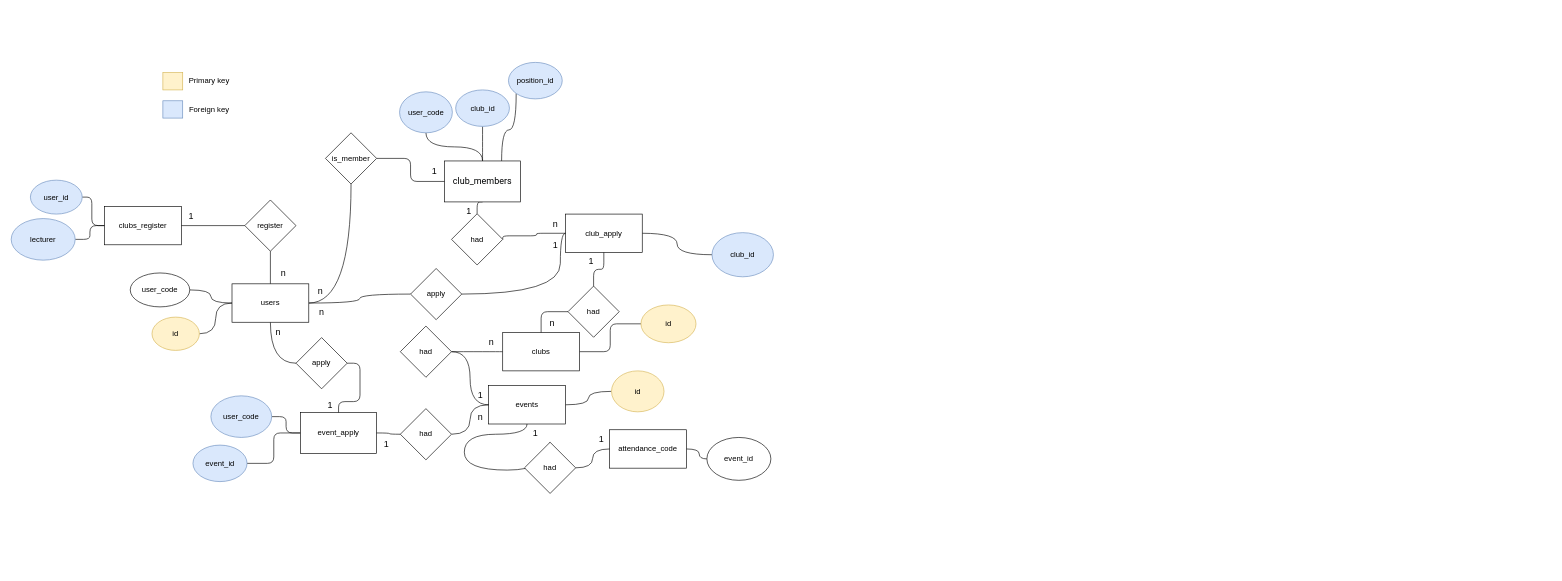
Earlier version of the draw.io diagram page "Trang-26" (26 of 26) of Diagram.drawio (DnhTrn/finall_project). Source tidied: cells renumbered, new cells numbered last; positions are measured from the earlier drawing's top-left corner, leaving out a move shared by most shapes. Both pictures are drawn from the tidied source at 64%, with x=0, y=0 at pixel (11, 62).
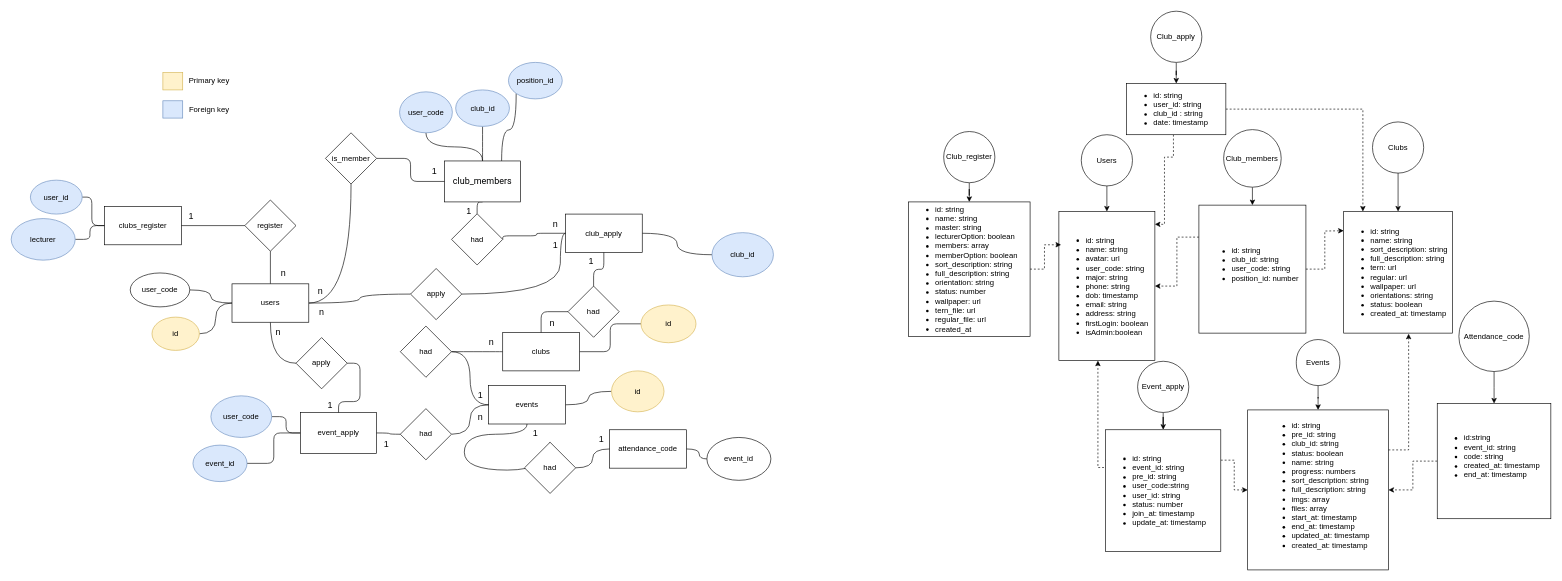
After the change.

Commit message:
Cập nhật Diagram.drawio

The edit, as a diff of the source:
```diff
@@
+    <mxCell id="86" style="edgeStyle=orthogonalEdgeStyle;rounded=0;jettySize=auto;html=1;" parent="1" edge="1" source="87" target="107">
+      <mxGeometry relative="1" as="geometry" />
+    </mxCell>
+    <mxCell id="87" value="Club_register" style="rounded=1;whiteSpace=wrap;html=1;arcSize=50;" parent="1" vertex="1">
+      <mxGeometry x="1457" y="108" width="80" height="80" as="geometry" />
+    </mxCell>
+    <mxCell id="88" style="edgeStyle=orthogonalEdgeStyle;rounded=0;jettySize=auto;html=1;" parent="1" edge="1" source="89" target="111">
+      <mxGeometry relative="1" as="geometry" />
+    </mxCell>
+    <mxCell id="89" value="Club_apply" style="rounded=1;whiteSpace=wrap;html=1;arcSize=50;" parent="1" vertex="1">
+      <mxGeometry x="1780.4" y="-80" width="80" height="80" as="geometry" />
+    </mxCell>
+    <mxCell id="90" style="edgeStyle=orthogonalEdgeStyle;rounded=0;jettySize=auto;html=1;" parent="1" edge="1" source="91" target="112">
+      <mxGeometry relative="1" as="geometry" />
+    </mxCell>
+    <mxCell id="91" value="Events" style="rounded=1;whiteSpace=wrap;html=1;arcSize=50;" parent="1" vertex="1">
+      <mxGeometry x="2008" y="433" width="68" height="72" as="geometry" />
+    </mxCell>
+    <mxCell id="92" style="edgeStyle=orthogonalEdgeStyle;rounded=0;jettySize=auto;html=1;" parent="1" edge="1" source="93" target="115">
+      <mxGeometry relative="1" as="geometry" />
+    </mxCell>
+    <mxCell id="93" value="Event_apply" style="rounded=1;whiteSpace=wrap;html=1;arcSize=50;" parent="1" vertex="1">
+      <mxGeometry x="1760" y="467" width="80" height="80" as="geometry" />
+    </mxCell>
+    <mxCell id="94" style="edgeStyle=orthogonalEdgeStyle;rounded=0;jettySize=auto;html=1;" parent="1" edge="1" source="95" target="118">
+      <mxGeometry relative="1" as="geometry" />
+    </mxCell>
+    <mxCell id="95" value="Attendance_code" style="rounded=1;whiteSpace=wrap;html=1;arcSize=50;" parent="1" vertex="1">
+      <mxGeometry x="2262" y="373" width="110" height="110" as="geometry" />
+    </mxCell>
+    <mxCell id="96" style="edgeStyle=orthogonalEdgeStyle;rounded=0;jettySize=auto;html=1;" parent="1" edge="1" source="97" target="102">
+      <mxGeometry relative="1" as="geometry" />
+    </mxCell>
+    <mxCell id="97" value="Users" style="rounded=1;whiteSpace=wrap;html=1;arcSize=50;" parent="1" vertex="1">
+      <mxGeometry x="1672" y="113" width="80" height="80" as="geometry" />
+    </mxCell>
+    <mxCell id="98" style="edgeStyle=orthogonalEdgeStyle;rounded=0;jettySize=auto;html=1;" parent="1" edge="1" source="99" target="103">
+      <mxGeometry relative="1" as="geometry" />
+    </mxCell>
+    <mxCell id="99" value="Clubs" style="rounded=1;whiteSpace=wrap;html=1;arcSize=50;" parent="1" vertex="1">
+      <mxGeometry x="2127" y="93" width="80" height="80" as="geometry" />
+    </mxCell>
+    <mxCell id="100" style="edgeStyle=orthogonalEdgeStyle;rounded=0;jettySize=auto;html=1;" parent="1" edge="1" source="101" target="105">
+      <mxGeometry relative="1" as="geometry" />
+    </mxCell>
+    <mxCell id="101" value="Club_members" style="rounded=1;whiteSpace=wrap;html=1;arcSize=50;" parent="1" vertex="1">
+      <mxGeometry x="1894.4" y="105" width="90" height="90" as="geometry" />
+    </mxCell>
+    <mxCell id="102" value="&lt;ul&gt;&lt;li&gt;id: string&lt;/li&gt;&lt;li&gt;name: string&lt;/li&gt;&lt;li&gt;avatar: url&lt;/li&gt;&lt;li&gt;user_code: string&lt;/li&gt;&lt;li&gt;major: string&lt;/li&gt;&lt;li&gt;phone: string&lt;/li&gt;&lt;li&gt;dob: timestamp&lt;/li&gt;&lt;li&gt;email: string&lt;/li&gt;&lt;li&gt;address: string&lt;/li&gt;&lt;li&gt;firstLogin: boolean&lt;/li&gt;&lt;li&gt;isAdmin:boolean&lt;/li&gt;&lt;/ul&gt;" style="whiteSpace=wrap;html=1;rounded=1;arcSize=0;align=left;" parent="1" vertex="1">
+      <mxGeometry x="1637" y="233" width="150" height="233" as="geometry" />
+    </mxCell>
+    <mxCell id="103" value="&lt;ul&gt;&lt;li&gt;id: string&lt;/li&gt;&lt;li&gt;name: string&lt;/li&gt;&lt;li style=&quot;&quot;&gt;sort_description: string&lt;/li&gt;&lt;li style=&quot;&quot;&gt;full_description: string&lt;/li&gt;&lt;li style=&quot;&quot;&gt;tern: url&lt;/li&gt;&lt;li style=&quot;&quot;&gt;regular: url&lt;/li&gt;&lt;li style=&quot;&quot;&gt;wallpaper: url&lt;/li&gt;&lt;li style=&quot;&quot;&gt;orientations: string&lt;/li&gt;&lt;li style=&quot;&quot;&gt;status: boolean&lt;/li&gt;&lt;li style=&quot;&quot;&gt;created_at: timestamp&lt;/li&gt;&lt;/ul&gt;" style="whiteSpace=wrap;html=1;rounded=1;arcSize=0;align=left;" parent="1" vertex="1">
+      <mxGeometry x="2082" y="233" width="170" height="190" as="geometry" />
+    </mxCell>
+    <mxCell id="104" style="edgeStyle=orthogonalEdgeStyle;rounded=0;jettySize=auto;html=1;exitX=0;exitY=0.25;exitDx=0;exitDy=0;dashed=1;" parent="1" edge="1" source="105" target="102">
+      <mxGeometry relative="1" as="geometry" />
+    </mxCell>
+    <mxCell id="105" value="&lt;div style=&quot;&quot;&gt;&lt;div style=&quot;text-align: left;&quot;&gt;&lt;ul&gt;&lt;li&gt;&lt;span style=&quot;background-color: initial;&quot;&gt;id: string&lt;/span&gt;&lt;/li&gt;&lt;li&gt;&lt;span style=&quot;background-color: initial;&quot;&gt;club_id: string&lt;/span&gt;&lt;/li&gt;&lt;li&gt;&lt;span style=&quot;background-color: initial;&quot;&gt;user_code: string&amp;nbsp;&lt;/span&gt;&lt;/li&gt;&lt;li&gt;&lt;span style=&quot;background-color: initial;&quot;&gt;position_id: number&lt;/span&gt;&lt;/li&gt;&lt;/ul&gt;&lt;/div&gt;&lt;/div&gt;&lt;div&gt;&lt;br&gt;&lt;/div&gt;" style="whiteSpace=wrap;html=1;rounded=1;arcSize=0;" parent="1" vertex="1">
+      <mxGeometry x="1855.8" y="223" width="167.2" height="200" as="geometry" />
+    </mxCell>
+    <mxCell id="106" style="edgeStyle=orthogonalEdgeStyle;rounded=0;jettySize=auto;html=1;dashed=1;" parent="1" edge="1" source="105">
+      <mxGeometry relative="1" as="geometry">
+        <mxPoint x="2082" y="263" as="targetPoint" />
+      </mxGeometry>
+    </mxCell>
+    <mxCell id="107" value="&lt;ul&gt;&lt;li&gt;id: string&amp;nbsp;&lt;/li&gt;&lt;li&gt;name: string&amp;nbsp;&lt;/li&gt;&lt;li&gt;master: string&lt;/li&gt;&lt;li&gt;lecturerOption: boolean&lt;/li&gt;&lt;li&gt;members: array&lt;/li&gt;&lt;li&gt;memberOption: boolean&lt;/li&gt;&lt;li&gt;sort_description: string&lt;/li&gt;&lt;li&gt;full_description: string&lt;/li&gt;&lt;li&gt;&lt;span style=&quot;background-color: initial;&quot;&gt;orientation: string&lt;/span&gt;&lt;/li&gt;&lt;li&gt;&lt;span style=&quot;background-color: initial;&quot;&gt;status: number&lt;/span&gt;&lt;/li&gt;&lt;li&gt;&lt;span style=&quot;background-color: initial;&quot;&gt;wallpaper: url&lt;/span&gt;&lt;/li&gt;&lt;li&gt;&lt;span style=&quot;background-color: initial;&quot;&gt;tern_file: url&lt;/span&gt;&lt;/li&gt;&lt;li&gt;&lt;span style=&quot;background-color: initial;&quot;&gt;regular_file: url&amp;nbsp;&lt;/span&gt;&lt;/li&gt;&lt;li&gt;&lt;span style=&quot;background-color: initial;&quot;&gt;created_at&lt;/span&gt;&lt;/li&gt;&lt;/ul&gt;" style="whiteSpace=wrap;html=1;rounded=1;arcSize=0;align=left;" parent="1" vertex="1">
+      <mxGeometry x="1402" y="218" width="190" height="210" as="geometry" />
+    </mxCell>
+    <mxCell id="108" style="edgeStyle=orthogonalEdgeStyle;rounded=0;jettySize=auto;html=1;entryX=0.023;entryY=0.223;entryDx=0;entryDy=0;entryPerimeter=0;dashed=1;" parent="1" edge="1" source="107" target="102">
+      <mxGeometry relative="1" as="geometry" />
+    </mxCell>
+    <mxCell id="109" style="edgeStyle=orthogonalEdgeStyle;rounded=0;jettySize=auto;html=1;exitX=1;exitY=0.5;exitDx=0;exitDy=0;dashed=1;" parent="1" edge="1" source="111" target="103">
+      <mxGeometry relative="1" as="geometry">
+        <Array as="points">
+          <mxPoint x="2112" y="73" />
+        </Array>
+      </mxGeometry>
+    </mxCell>
+    <mxCell id="110" style="edgeStyle=orthogonalEdgeStyle;rounded=0;jettySize=auto;html=1;dashed=1;" parent="1" edge="1" source="111" target="102">
+      <mxGeometry relative="1" as="geometry">
+        <Array as="points">
+          <mxPoint x="1816" y="148" />
+          <mxPoint x="1802" y="148" />
+          <mxPoint x="1802" y="253" />
+        </Array>
+      </mxGeometry>
+    </mxCell>
+    <mxCell id="111" value="&lt;ul&gt;&lt;li&gt;id: string&lt;/li&gt;&lt;li&gt;user_id: string&lt;/li&gt;&lt;li&gt;club_id : string&lt;/li&gt;&lt;li&gt;date: timestamp&amp;nbsp;&lt;/li&gt;&lt;/ul&gt;" style="whiteSpace=wrap;html=1;rounded=1;arcSize=0;align=left;" parent="1" vertex="1">
+      <mxGeometry x="1742.9" y="33" width="155" height="80" as="geometry" />
+    </mxCell>
+    <mxCell id="112" value="&lt;ul&gt;&lt;li style=&quot;text-align: left;&quot;&gt;id: string&lt;/li&gt;&lt;li style=&quot;text-align: left;&quot;&gt;pre_id: string&lt;/li&gt;&lt;li style=&quot;text-align: left;&quot;&gt;club_id: string&lt;/li&gt;&lt;li style=&quot;text-align: left;&quot;&gt;status: boolean&lt;/li&gt;&lt;li style=&quot;text-align: left;&quot;&gt;name: string&lt;/li&gt;&lt;li style=&quot;text-align: left;&quot;&gt;progress: numbers&amp;nbsp;&lt;/li&gt;&lt;li style=&quot;text-align: left;&quot;&gt;sort_description: string&lt;/li&gt;&lt;li style=&quot;text-align: left;&quot;&gt;full_description: string&lt;/li&gt;&lt;li style=&quot;text-align: left;&quot;&gt;imgs: array&lt;/li&gt;&lt;li style=&quot;text-align: left;&quot;&gt;files: array&lt;/li&gt;&lt;li style=&quot;text-align: left;&quot;&gt;start_at: timestamp&lt;/li&gt;&lt;li style=&quot;text-align: left;&quot;&gt;end_at: timestamp&lt;/li&gt;&lt;li style=&quot;text-align: left;&quot;&gt;updated_at: timestamp&lt;/li&gt;&lt;li style=&quot;text-align: left;&quot;&gt;created_at: timestamp&lt;/li&gt;&lt;/ul&gt;&lt;div&gt;&lt;br&gt;&lt;/div&gt;" style="whiteSpace=wrap;html=1;rounded=1;arcSize=0;" parent="1" vertex="1">
+      <mxGeometry x="1932" y="543" width="220" height="250" as="geometry" />
+    </mxCell>
+    <mxCell id="113" style="edgeStyle=orthogonalEdgeStyle;rounded=0;jettySize=auto;html=1;exitX=1;exitY=0.25;exitDx=0;exitDy=0;dashed=1;" parent="1" edge="1" source="115" target="112">
+      <mxGeometry relative="1" as="geometry" />
+    </mxCell>
+    <mxCell id="114" style="edgeStyle=orthogonalEdgeStyle;rounded=0;jettySize=auto;html=1;exitX=0;exitY=0.25;exitDx=0;exitDy=0;dashed=1;" parent="1" edge="1" source="115" target="102">
+      <mxGeometry relative="1" as="geometry">
+        <Array as="points">
+          <mxPoint x="1718" y="633" />
+          <mxPoint x="1698" y="633" />
+        </Array>
+      </mxGeometry>
+    </mxCell>
+    <mxCell id="115" value="&lt;ul&gt;&lt;li&gt;id: string&lt;/li&gt;&lt;li&gt;event_id: string&lt;/li&gt;&lt;li&gt;pre_id: string&lt;/li&gt;&lt;li&gt;user_code:string&lt;/li&gt;&lt;li&gt;user_id: string&lt;/li&gt;&lt;li&gt;status: number&lt;/li&gt;&lt;li&gt;join_at: timestamp&lt;/li&gt;&lt;li&gt;update_at: timestamp&lt;/li&gt;&lt;/ul&gt;" style="whiteSpace=wrap;html=1;rounded=1;arcSize=0;align=left;" parent="1" vertex="1">
+      <mxGeometry x="1710" y="574" width="180" height="190" as="geometry" />
+    </mxCell>
+    <mxCell id="116" style="edgeStyle=orthogonalEdgeStyle;rounded=0;jettySize=auto;html=1;exitX=1;exitY=0.25;exitDx=0;exitDy=0;entryX=0.597;entryY=1.005;entryDx=0;entryDy=0;entryPerimeter=0;dashed=1;" parent="1" edge="1" source="112" target="103">
+      <mxGeometry relative="1" as="geometry" />
+    </mxCell>
+    <mxCell id="117" style="edgeStyle=orthogonalEdgeStyle;rounded=0;jettySize=auto;html=1;entryX=1;entryY=0.5;entryDx=0;entryDy=0;dashed=1;" parent="1" edge="1" source="118" target="112">
+      <mxGeometry relative="1" as="geometry" />
+    </mxCell>
+    <mxCell id="118" value="&lt;div&gt;&lt;ul&gt;&lt;li&gt;id:string&lt;/li&gt;&lt;li&gt;event_id: string&lt;/li&gt;&lt;li&gt;code: string&lt;/li&gt;&lt;li&gt;created_at: timestamp&lt;/li&gt;&lt;li&gt;end_at: timestamp&lt;/li&gt;&lt;/ul&gt;&lt;/div&gt;&lt;div&gt;&lt;br&gt;&lt;/div&gt;" style="whiteSpace=wrap;html=1;rounded=1;arcSize=0;align=left;" parent="1" vertex="1">
+      <mxGeometry x="2228.2" y="533" width="177.5" height="180" as="geometry" />
+    </mxCell>
```
